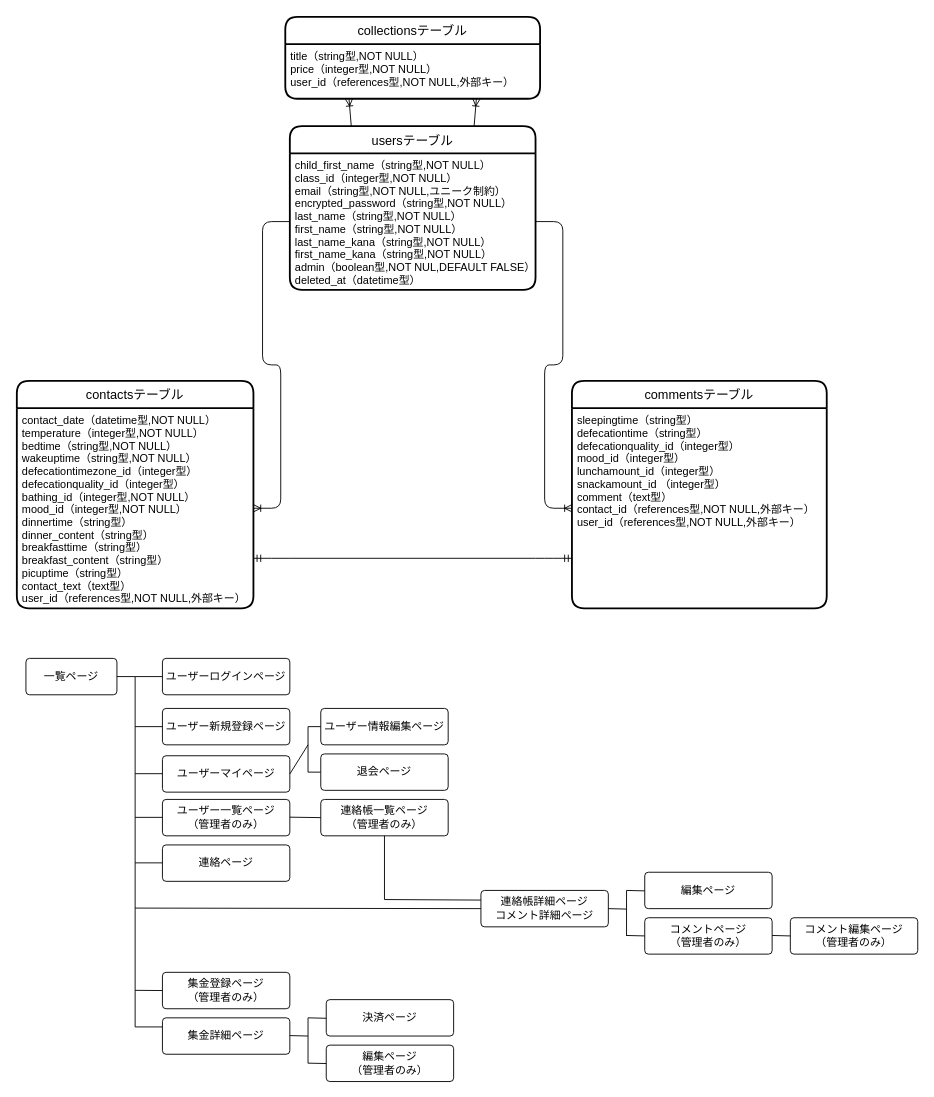
This is contact.dio from sugisanize/contact_book, a draw.io file, before an edit. Source tidied: cells renumbered, new cells numbered last; positions are measured from the earlier drawing's top-left corner, leaving out a move shared by most shapes. Both pictures are drawn from the tidied source at 91%, with x=0, y=0 at pixel (16, 16).
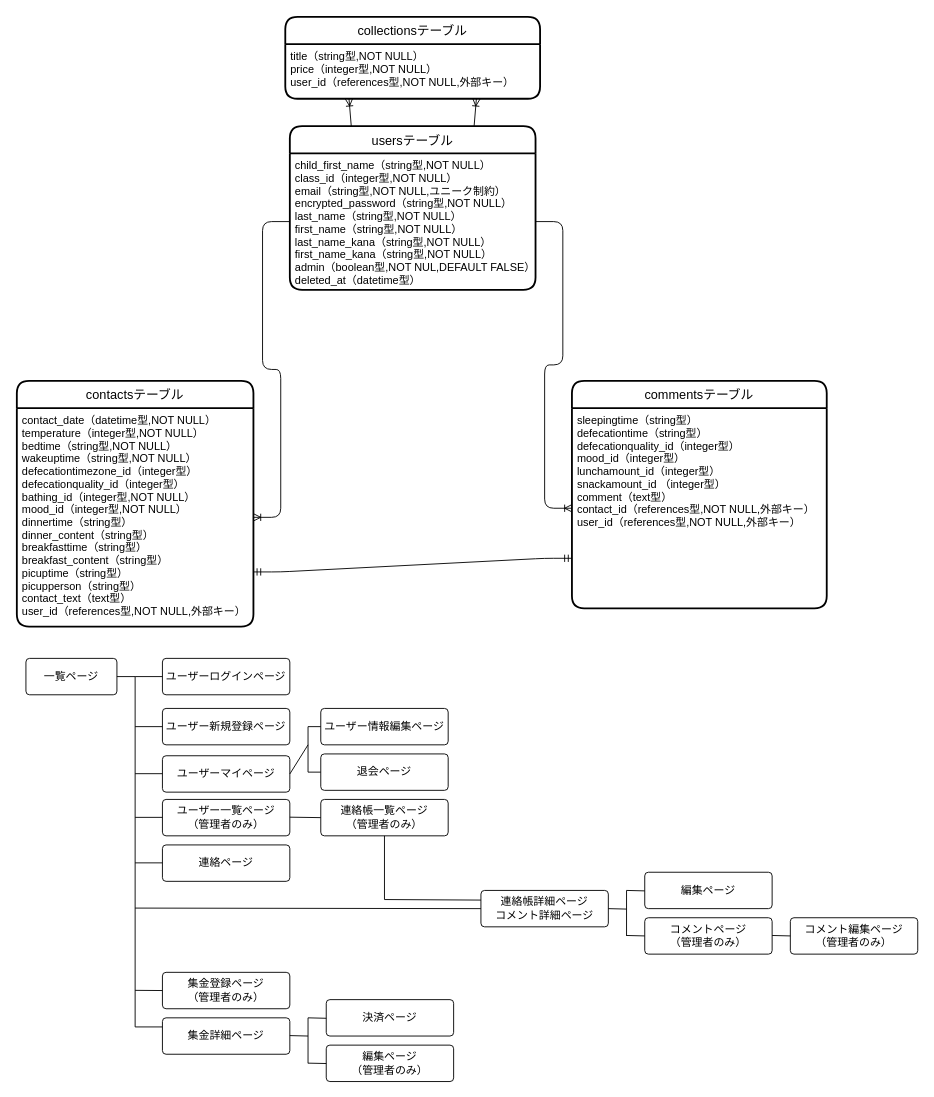
After the change.

Commit message:
string型カラムpicupperson追加によるデータベース設計修正

Diff of the diagram source:
```diff
@@
     <mxCell id="6" value="contactsテーブル" style="swimlane;horizontal=1;startSize=30;rounded=1;fontSize=14;fontStyle=0;strokeWidth=2;shadow=0;dashed=0;align=center;" parent="1" vertex="1">
-      <mxGeometry y="400" width="260" height="250" as="geometry" />
+      <mxGeometry y="400" width="260" height="270" as="geometry" />
     </mxCell>
-    <mxCell id="7" value="contact_date（datetime型,NOT NULL）&#10;temperature（integer型,NOT NULL）&#10;bedtime（string型,NOT NULL）&#10;wakeuptime（string型,NOT NULL）&#10;defecationtimezone_id（integer型）&#10;defecationquality_id（integer型）&#10;bathing_id（integer型,NOT NULL）&#10;mood_id（integer型,NOT NULL）&#10;dinnertime（string型）&#10;dinner_content（string型）&#10;breakfasttime（string型）&#10;breakfast_content（string型）&#10;picuptime（string型）&#10;contact_text（text型）&#10;user_id（references型,NOT NULL,外部キー）" style="align=left;strokeColor=none;fillColor=none;spacingLeft=4;fontSize=12;verticalAlign=top;" parent="6" vertex="1">
-      <mxGeometry y="30" width="260" height="220" as="geometry" />
+    <mxCell id="7" value="contact_date（datetime型,NOT NULL）&#10;temperature（integer型,NOT NULL）&#10;bedtime（string型,NOT NULL）&#10;wakeuptime（string型,NOT NULL）&#10;defecationtimezone_id（integer型）&#10;defecationquality_id（integer型）&#10;bathing_id（integer型,NOT NULL）&#10;mood_id（integer型,NOT NULL）&#10;dinnertime（string型）&#10;dinner_content（string型）&#10;breakfasttime（string型）&#10;breakfast_content（string型）&#10;picuptime（string型）&#10;picupperson（string型）&#10;contact_text（text型）&#10;user_id（references型,NOT NULL,外部キー）" style="align=left;strokeColor=none;fillColor=none;spacingLeft=4;fontSize=12;verticalAlign=top;" parent="6" vertex="1">
+      <mxGeometry y="30" width="260" height="240" as="geometry" />
     </mxCell>
```
